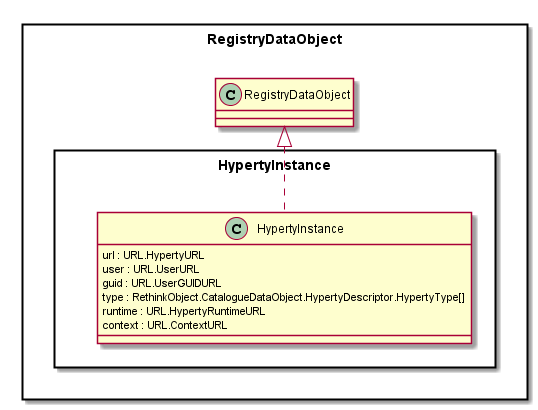
Earlier version of the PlantUML export docs/datamodel/core/hyperty-registry/Hyperty-Instance-Data-Object-Model.png (reTHINK-project/dev-service-framework).
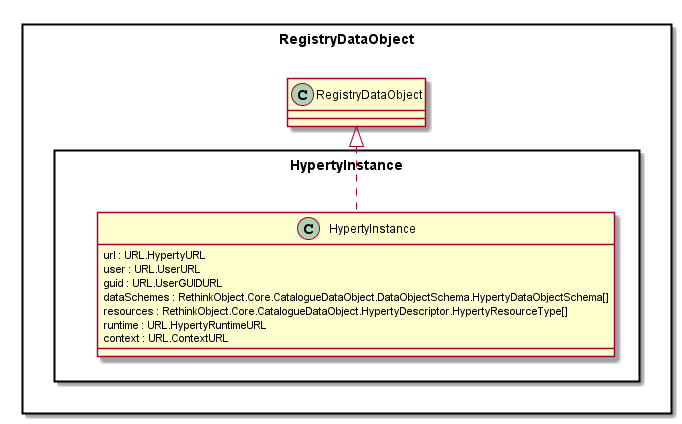
The same file after the commit.

What changed in the source:
```diff
@@ -3,25 +3,22 @@
 
 package RegistryDataObject <<Rect>> {
 
-package HypertyInstance <<Rect>> {
+	package HypertyInstance <<Rect>> {
 
+		class HypertyInstance {
+			url : URL.HypertyURL
+			user : URL.UserURL
+			guid : URL.UserGUIDURL
+			dataSchemes : RethinkObject.Core.CatalogueDataObject.DataObjectSchema.HypertyDataObjectSchema[]
+			resources : RethinkObject.Core.CatalogueDataObject.HypertyDescriptor.HypertyResourceType[]
+			runtime : URL.HypertyRuntimeURL
+			context : URL.ContextURL
 
-	class HypertyInstance {
-		url : URL.HypertyURL
-		user : URL.UserURL
-		guid : URL.UserGUIDURL
-		type : RethinkObject.CatalogueDataObject.HypertyDescriptor.HypertyType[]
-		runtime : URL.HypertyRuntimeURL
-		context : URL.ContextURL
+		}
+
 	}
 
+	HypertyInstance .up.|> RegistryDataObject.RegistryDataObject
 }
 
-
-	HypertyInstance .up.|> RegistryDataObject.RegistryDataObject
-
-
-}
-
-
 @enduml
```
